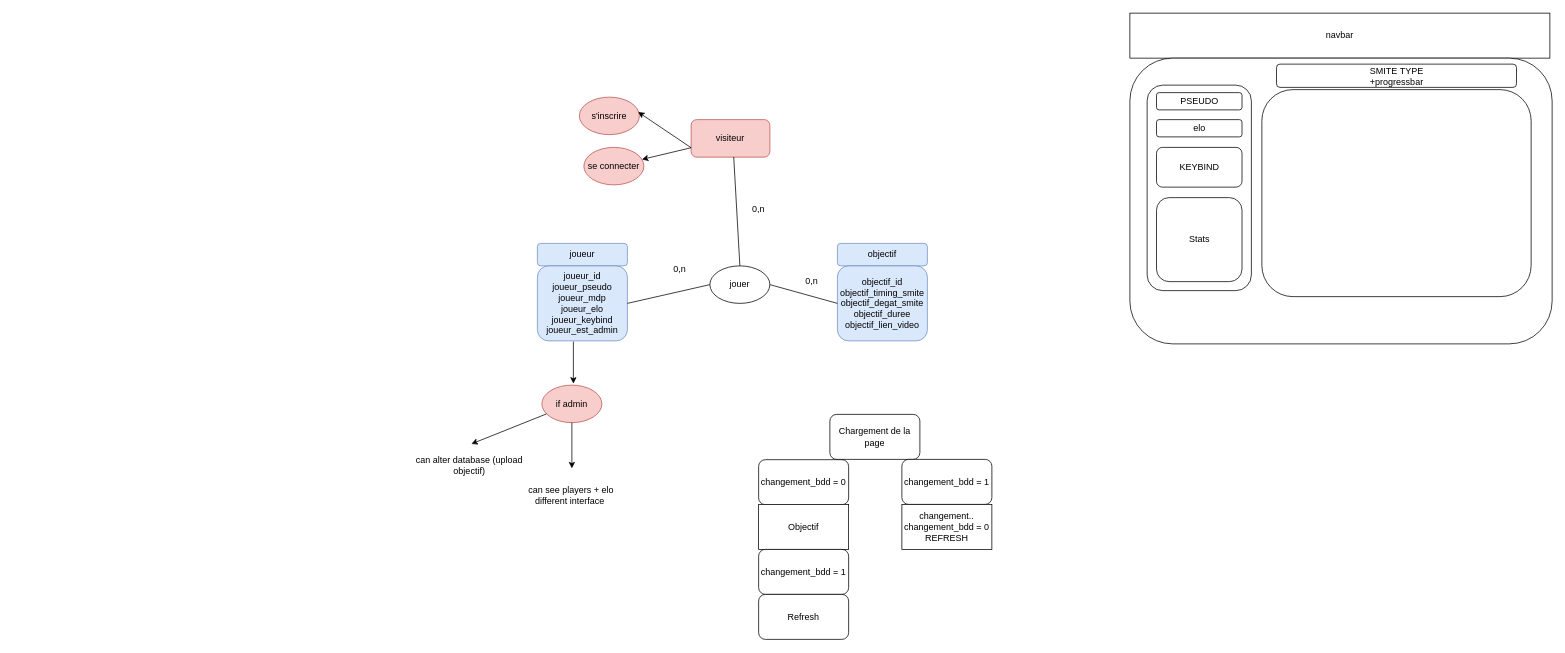
Above: Untitled Diagram.drawio in 402rayan/Pop_smite (draw.io), before the change. Source tidied: cells renumbered, new cells numbered last; positions are measured from the earlier drawing's top-left corner, leaving out a move shared by most shapes. Both pictures are drawn from the tidied source at 75%, with x=0, y=0 at pixel (412, 13).
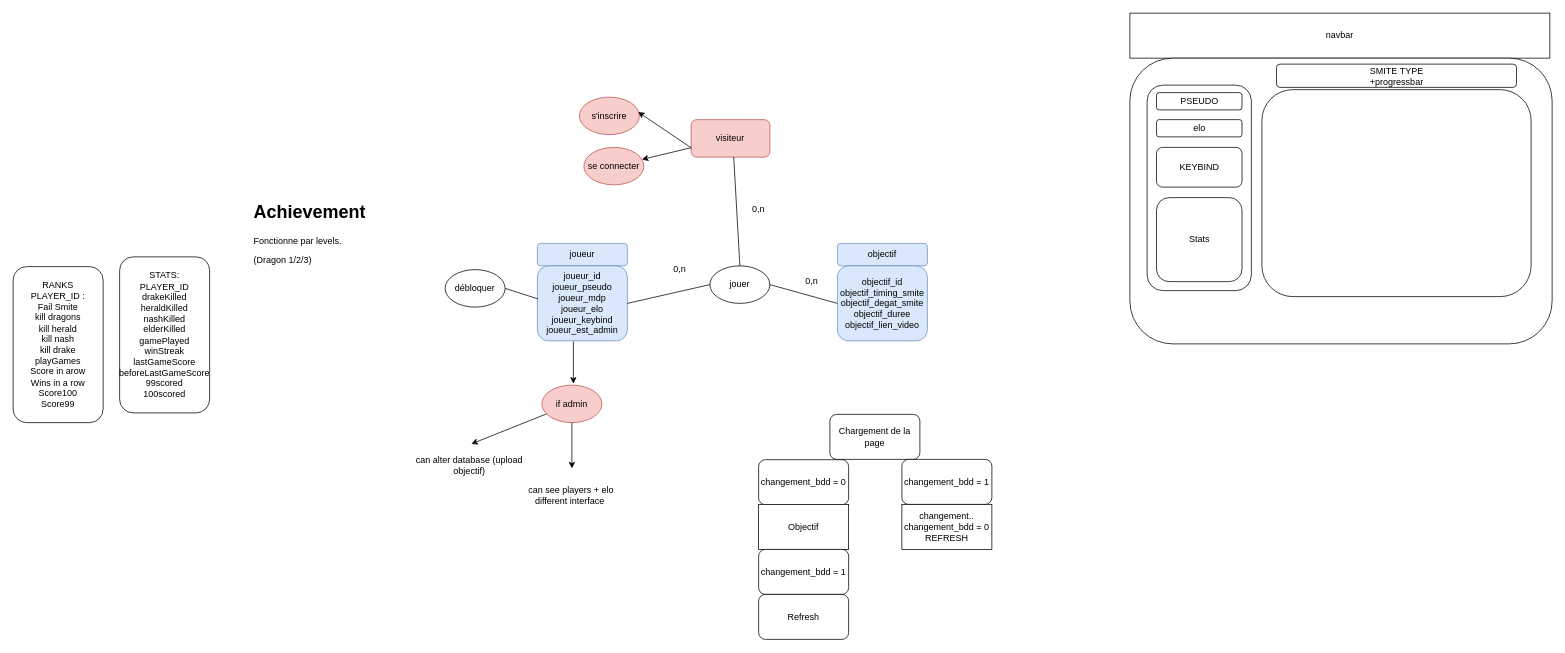
The same page after the edit.

Unchanged cells that the change refers to:
```xml
<mxCell id="3" value="joueur_id&lt;br&gt;joueur_pseudo&lt;br&gt;joueur_mdp&lt;br&gt;joueur_elo&lt;br&gt;joueur_keybind&lt;br&gt;joueur_est_admin" style="rounded=1;whiteSpace=wrap;html=1;fillColor=#dae8fc;strokeColor=#6c8ebf;" parent="1" vertex="1">
  <mxGeometry x="167" y="337" width="120" height="100" as="geometry" />
</mxCell>
```

The edit, as a diff of the source:
```diff
@@
+    <mxCell id="40" value="débloquer" style="ellipse;whiteSpace=wrap;html=1;" parent="1" vertex="1">
+      <mxGeometry x="44" y="342" width="80" height="50" as="geometry" />
+    </mxCell>
+    <mxCell id="41" style="endArrow=none;html=1;rounded=0;entryX=0.006;entryY=0.44;entryDx=0;entryDy=0;entryPerimeter=0;exitX=1;exitY=0.5;exitDx=0;exitDy=0;" parent="1" edge="1" source="40" target="3">
+      <mxGeometry relative="1" as="geometry" />
+    </mxCell>
+    <mxCell id="42" value="&lt;h1&gt;Achievement&lt;/h1&gt;&lt;p&gt;Fonctionne par levels.&lt;/p&gt;&lt;p&gt;(Dragon 1/2/3)&lt;/p&gt;" style="text;html=1;strokeColor=none;fillColor=none;spacing=5;spacingTop=-20;whiteSpace=wrap;overflow=hidden;rounded=0;" parent="1" vertex="1">
+      <mxGeometry x="-216" y="246" width="190" height="120" as="geometry" />
+    </mxCell>
+    <mxCell id="43" value="RANKS&lt;br&gt;PLAYER_ID :&lt;br&gt;Fail Smite&lt;br&gt;kill dragons&lt;br&gt;kill herald&lt;br&gt;kill nash&lt;br&gt;kill drake&lt;br&gt;playGames&lt;br&gt;Score in arow&lt;br&gt;Wins in a row&lt;br&gt;Score100&lt;br&gt;Score99" style="rounded=1;whiteSpace=wrap;html=1;" parent="1" vertex="1">
+      <mxGeometry x="-532" y="338" width="120" height="208" as="geometry" />
+    </mxCell>
+    <mxCell id="44" value="STATS:&lt;br&gt;PLAYER_ID&lt;br&gt;drakeKilled&lt;br&gt;heraldKilled&lt;br&gt;nashKilled&lt;br&gt;elderKilled&lt;br&gt;gamePlayed&lt;br&gt;winStreak&lt;br&gt;lastGameScore&lt;br&gt;beforeLastGameScore&lt;br&gt;99scored&lt;br&gt;100scored" style="rounded=1;whiteSpace=wrap;html=1;" parent="1" vertex="1">
+      <mxGeometry x="-390" y="325" width="120" height="208" as="geometry" />
+    </mxCell>
```
